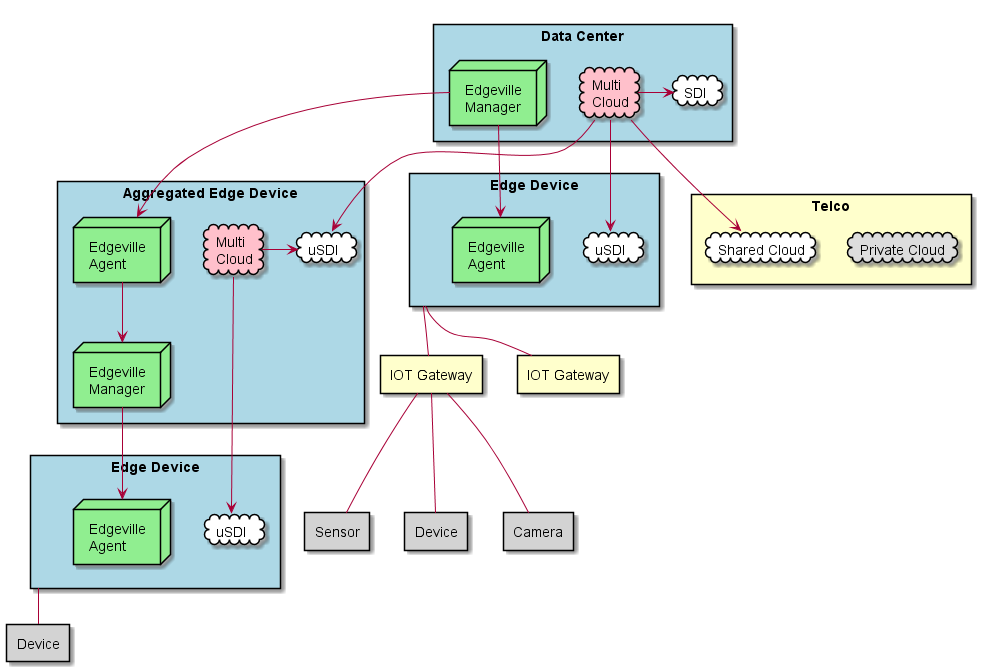
Before: docs/HighLevel.png, a diagram exported from PlantUML (CAADE/edgeville).
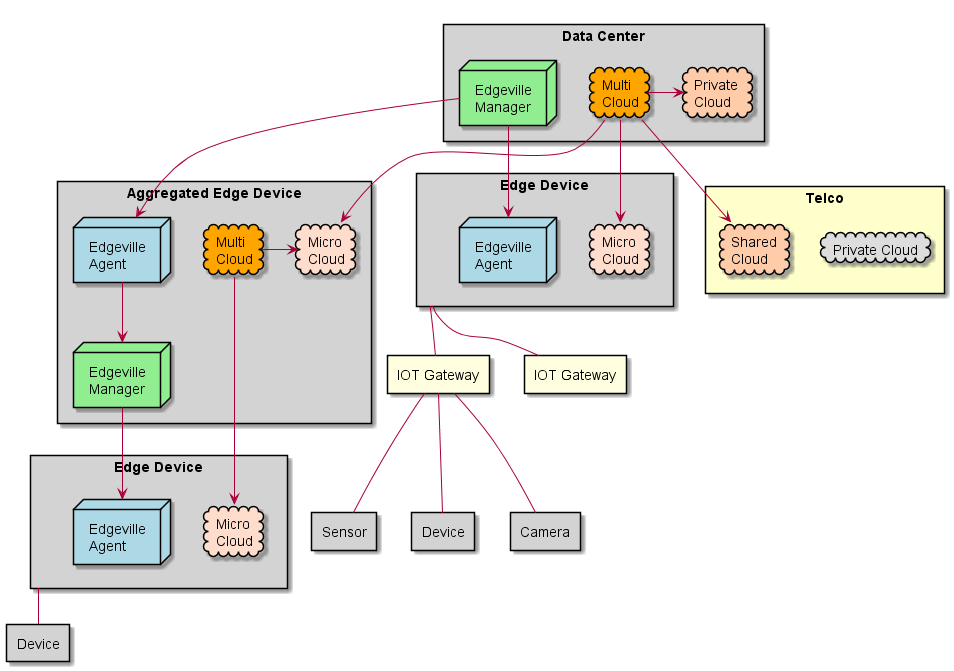
The same diagram one commit later.

What changed in the source:
```diff
@@ -1,36 +1,36 @@
 @startuml
 
-rectangle "Data Center" as DC #lightblue {
-  cloud SDI #ffffff
-  cloud "Multi\nCloud" as HC #pink
+rectangle "Data Center" as DC #lightgray {
+  cloud "Private\nCloud" as SDI #ffccaa
+  cloud "Multi\nCloud" as HC #orange
   node "Edgeville\nManager" as EM #lightgreen
 }
 rectangle Telco  #ffffcc {
   cloud "Private Cloud" #dddddd
-  cloud "Shared Cloud" as SC #ffffff
+  cloud "Shared\nCloud" as SC #ffccaa
 }
-rectangle "Edge Device" as ED1 #lightblue {
-  cloud uSDI #ffffff
-  node "Edgeville\nAgent" as EA1 #lightgreen
+rectangle "Edge Device" as ED1 #lightgray {
+  cloud "Micro\nCloud" as uSDI #ffddcc
+  node "Edgeville\nAgent" as EA1 #lightblue
 }
 
-rectangle "Aggregated Edge Device" as ED2 #lightblue {
-  cloud "uSDI" as uSDI2 #ffffff
-  cloud "Multi\nCloud" as HC2 #pink
-  node "Edgeville\nAgent" as EA2 #lightgreen
+rectangle "Aggregated Edge Device" as ED2 #lightgray {
+  cloud "Micro\nCloud" as uSDI2 #ffddcc
+  cloud "Multi\nCloud" as HC2 #orange
+  node "Edgeville\nAgent" as EA2 #lightblue
   node "Edgeville\nManager" as EM2 #lightgreen
 }
 
-rectangle "Edge Device" as ED3 #lightblue {
-  cloud "uSDI" as uSDI3 #ffffff
-  node "Edgeville\nAgent" as EA3 #lightgreen
+rectangle "Edge Device" as ED3 #lightgray {
+  cloud "Micro\nCloud" as uSDI3 #ffddcc
+  node "Edgeville\nAgent" as EA3 #lightblue
 }
 EM --> EA2
 EM --> EA1
 EM2 --> EA3
 EA2 --> EM2
-rectangle "IOT Gateway" as IG1 #ffffcc
-rectangle "IOT Gateway" as IG2 #ffffcc
+rectangle "IOT Gateway" as IG1 #lightyellow
+rectangle "IOT Gateway" as IG2 #lightyellow
 rectangle "Sensor" as D1 #lightgray
 rectangle "Device" as D2 #lightgray
 rectangle "Camera" as D3 #lightgray
```
